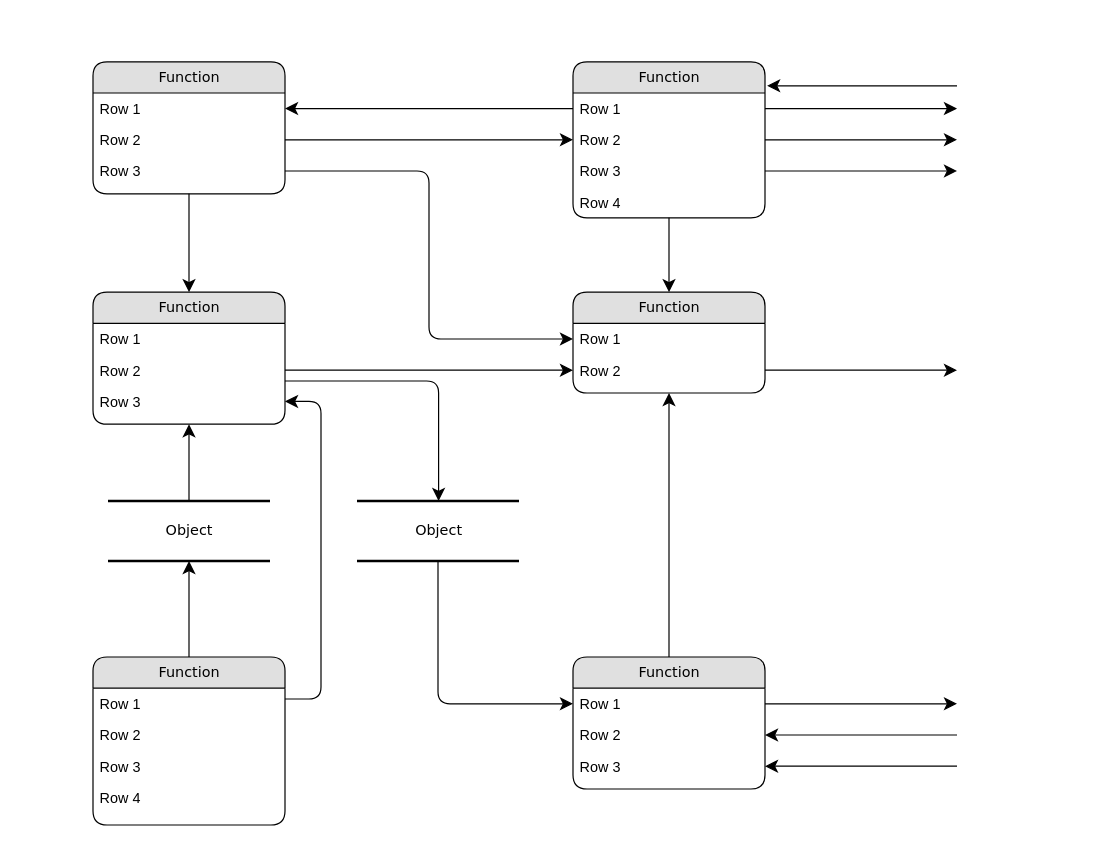
Above: tic-tac-toe.drawio in kgpolte/tic-tac-toe (draw.io), before the change. Source tidied: cells renumbered, new cells numbered last; positions are measured from the earlier drawing's top-left corner, leaving out a move shared by most shapes. Both pictures are drawn from the tidied source at 120%, with x=0, y=0 at pixel (92, 61).
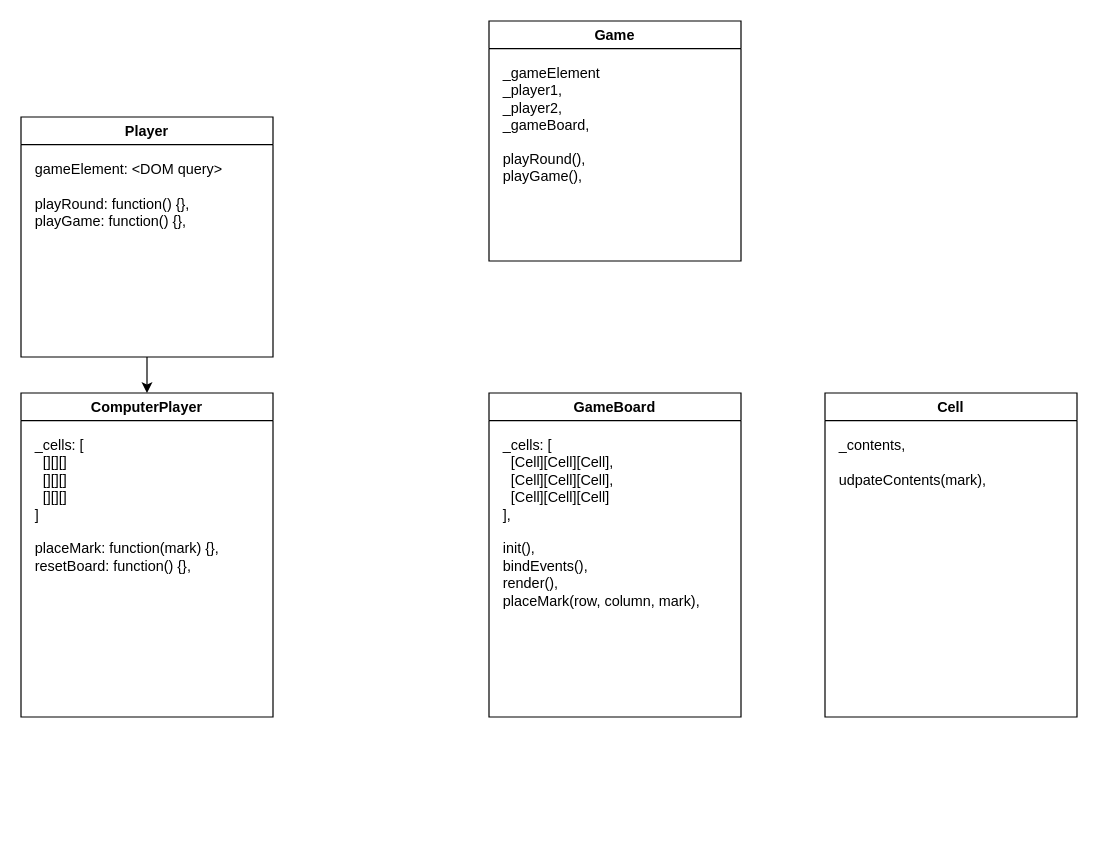
Above is the later version.

The edit, as a diff of the source:
```diff
@@
-    <mxCell id="2" value="Object" style="html=1;rounded=0;shadow=0;comic=0;labelBackgroundColor=none;strokeWidth=2;fontFamily=Verdana;fontSize=12;align=center;shape=mxgraph.ios7ui.horLines;" parent="1" vertex="1">
-      <mxGeometry x="12.5" y="366" width="135" height="50" as="geometry" />
-    </mxCell>
-    <mxCell id="3" value="Function" style="swimlane;html=1;fontStyle=0;horizontal=1;startSize=26;fillColor=#e0e0e0;swimlaneFillColor=#ffffff;align=center;rounded=1;shadow=0;comic=0;labelBackgroundColor=none;strokeWidth=1;fontFamily=Verdana;fontSize=12;" parent="1" vertex="1">
-      <mxGeometry width="160" height="110" as="geometry" />
-    </mxCell>
-    <mxCell id="4" value="Row 1" style="text;html=1;strokeColor=none;fillColor=none;spacingLeft=4;spacingRight=4;whiteSpace=wrap;overflow=hidden;points=[[0,0.5],[1,0.5]];portConstraint=eastwest;" parent="3" vertex="1">
-      <mxGeometry y="26" width="160" height="26" as="geometry" />
-    </mxCell>
-    <mxCell id="5" value="Row 2" style="text;html=1;strokeColor=none;fillColor=none;spacingLeft=4;spacingRight=4;whiteSpace=wrap;overflow=hidden;points=[[0,0.5],[1,0.5]];portConstraint=eastwest;" parent="3" vertex="1">
-      <mxGeometry y="52" width="160" height="26" as="geometry" />
-    </mxCell>
-    <mxCell id="6" value="Row 3" style="text;html=1;strokeColor=none;fillColor=none;spacingLeft=4;spacingRight=4;whiteSpace=wrap;overflow=hidden;points=[[0,0.5],[1,0.5]];portConstraint=eastwest;" parent="3" vertex="1">
-      <mxGeometry y="78" width="160" height="26" as="geometry" />
-    </mxCell>
-    <mxCell id="7" value="Function" style="swimlane;html=1;fontStyle=0;horizontal=1;startSize=26;fillColor=#e0e0e0;swimlaneFillColor=#ffffff;align=center;rounded=1;shadow=0;comic=0;labelBackgroundColor=none;strokeWidth=1;fontFamily=Verdana;fontSize=12;" parent="1" vertex="1">
-      <mxGeometry x="400" width="160" height="130" as="geometry" />
-    </mxCell>
-    <mxCell id="8" value="Row 1" style="text;html=1;strokeColor=none;fillColor=none;spacingLeft=4;spacingRight=4;whiteSpace=wrap;overflow=hidden;points=[[0,0.5],[1,0.5]];portConstraint=eastwest;" parent="7" vertex="1">
-      <mxGeometry y="26" width="160" height="26" as="geometry" />
-    </mxCell>
-    <mxCell id="9" value="Row 2" style="text;html=1;strokeColor=none;fillColor=none;spacingLeft=4;spacingRight=4;whiteSpace=wrap;overflow=hidden;points=[[0,0.5],[1,0.5]];portConstraint=eastwest;" parent="7" vertex="1">
-      <mxGeometry y="52" width="160" height="26" as="geometry" />
-    </mxCell>
-    <mxCell id="10" value="Row 3" style="text;html=1;strokeColor=none;fillColor=none;spacingLeft=4;spacingRight=4;whiteSpace=wrap;overflow=hidden;points=[[0,0.5],[1,0.5]];portConstraint=eastwest;" parent="7" vertex="1">
-      <mxGeometry y="78" width="160" height="26" as="geometry" />
-    </mxCell>
-    <mxCell id="11" value="Row 4" style="text;html=1;strokeColor=none;fillColor=none;spacingLeft=4;spacingRight=4;whiteSpace=wrap;overflow=hidden;" parent="7" vertex="1">
-      <mxGeometry y="104" width="160" height="26" as="geometry" />
-    </mxCell>
-    <mxCell id="12" value="Function" style="swimlane;html=1;fontStyle=0;horizontal=1;startSize=26;fillColor=#e0e0e0;swimlaneFillColor=#ffffff;align=center;rounded=1;shadow=0;comic=0;labelBackgroundColor=none;strokeWidth=1;fontFamily=Verdana;fontSize=12;" parent="1" vertex="1">
-      <mxGeometry y="192" width="160" height="110" as="geometry" />
-    </mxCell>
-    <mxCell id="13" value="Row 1" style="text;html=1;strokeColor=none;fillColor=none;spacingLeft=4;spacingRight=4;whiteSpace=wrap;overflow=hidden;" parent="12" vertex="1">
-      <mxGeometry y="26" width="160" height="26" as="geometry" />
-    </mxCell>
-    <mxCell id="14" value="Row 2" style="text;html=1;strokeColor=none;fillColor=none;spacingLeft=4;spacingRight=4;whiteSpace=wrap;overflow=hidden;points=[[0,0.5],[1,0.5]];portConstraint=eastwest;" parent="12" vertex="1">
-      <mxGeometry y="52" width="160" height="26" as="geometry" />
-    </mxCell>
-    <mxCell id="15" value="Row 3" style="text;html=1;strokeColor=none;fillColor=none;spacingLeft=4;spacingRight=4;whiteSpace=wrap;overflow=hidden;points=[[0,0.5],[1,0.5]];portConstraint=eastwest;" parent="12" vertex="1">
-      <mxGeometry y="78" width="160" height="26" as="geometry" />
-    </mxCell>
-    <mxCell id="16" value="Function" style="swimlane;html=1;fontStyle=0;horizontal=1;startSize=26;fillColor=#e0e0e0;swimlaneFillColor=#ffffff;align=center;rounded=1;shadow=0;comic=0;labelBackgroundColor=none;strokeWidth=1;fontFamily=Verdana;fontSize=12;" parent="1" vertex="1">
-      <mxGeometry y="496" width="160" height="140" as="geometry" />
-    </mxCell>
-    <mxCell id="17" value="Row 1" style="text;html=1;strokeColor=none;fillColor=none;spacingLeft=4;spacingRight=4;whiteSpace=wrap;overflow=hidden;" parent="16" vertex="1">
-      <mxGeometry y="26" width="160" height="26" as="geometry" />
-    </mxCell>
-    <mxCell id="18" value="Row 2" style="text;html=1;strokeColor=none;fillColor=none;spacingLeft=4;spacingRight=4;whiteSpace=wrap;overflow=hidden;" parent="16" vertex="1">
-      <mxGeometry y="52" width="160" height="26" as="geometry" />
-    </mxCell>
-    <mxCell id="19" value="Row 3" style="text;html=1;strokeColor=none;fillColor=none;spacingLeft=4;spacingRight=4;whiteSpace=wrap;overflow=hidden;" parent="16" vertex="1">
-      <mxGeometry y="78" width="160" height="26" as="geometry" />
-    </mxCell>
-    <mxCell id="20" value="Row 4" style="text;html=1;strokeColor=none;fillColor=none;spacingLeft=4;spacingRight=4;whiteSpace=wrap;overflow=hidden;" parent="16" vertex="1">
-      <mxGeometry y="104" width="160" height="26" as="geometry" />
-    </mxCell>
-    <mxCell id="21" value="Function" style="swimlane;html=1;fontStyle=0;horizontal=1;startSize=26;fillColor=#e0e0e0;swimlaneFillColor=#ffffff;align=center;rounded=1;shadow=0;comic=0;labelBackgroundColor=none;strokeWidth=1;fontFamily=Verdana;fontSize=12;" parent="1" vertex="1">
-      <mxGeometry x="400" y="192" width="160" height="84" as="geometry" />
-    </mxCell>
-    <mxCell id="22" value="Row 1" style="text;html=1;strokeColor=none;fillColor=none;spacingLeft=4;spacingRight=4;whiteSpace=wrap;overflow=hidden;points=[[0,0.5],[1,0.5]];portConstraint=eastwest;" parent="21" vertex="1">
-      <mxGeometry y="26" width="160" height="26" as="geometry" />
-    </mxCell>
-    <mxCell id="23" value="Row 2" style="text;html=1;strokeColor=none;fillColor=none;spacingLeft=4;spacingRight=4;whiteSpace=wrap;overflow=hidden;points=[[0,0.5],[1,0.5]];portConstraint=eastwest;" parent="21" vertex="1">
-      <mxGeometry y="52" width="160" height="26" as="geometry" />
-    </mxCell>
-    <mxCell id="24" value="Function" style="swimlane;html=1;fontStyle=0;horizontal=1;startSize=26;fillColor=#e0e0e0;swimlaneFillColor=#ffffff;align=center;rounded=1;shadow=0;comic=0;labelBackgroundColor=none;strokeWidth=1;fontFamily=Verdana;fontSize=12;" parent="1" vertex="1">
-      <mxGeometry x="400" y="496" width="160" height="110" as="geometry" />
-    </mxCell>
-    <mxCell id="25" value="Row 1" style="text;html=1;strokeColor=none;fillColor=none;spacingLeft=4;spacingRight=4;whiteSpace=wrap;overflow=hidden;points=[[0,0.5],[1,0.5]];portConstraint=eastwest;" parent="24" vertex="1">
-      <mxGeometry y="26" width="160" height="26" as="geometry" />
-    </mxCell>
-    <mxCell id="26" value="Row 2" style="text;html=1;strokeColor=none;fillColor=none;spacingLeft=4;spacingRight=4;whiteSpace=wrap;overflow=hidden;points=[[0,0.5],[1,0.5]];portConstraint=eastwest;" parent="24" vertex="1">
-      <mxGeometry y="52" width="160" height="26" as="geometry" />
-    </mxCell>
-    <mxCell id="27" value="Row 3" style="text;html=1;strokeColor=none;fillColor=none;spacingLeft=4;spacingRight=4;whiteSpace=wrap;overflow=hidden;points=[[0,0.5],[1,0.5]];portConstraint=eastwest;" parent="24" vertex="1">
-      <mxGeometry y="78" width="160" height="26" as="geometry" />
-    </mxCell>
-    <mxCell id="28" value="Object" style="html=1;rounded=0;shadow=0;comic=0;labelBackgroundColor=none;strokeWidth=2;fontFamily=Verdana;fontSize=12;align=center;shape=mxgraph.ios7ui.horLines;" parent="1" vertex="1">
-      <mxGeometry x="220" y="366" width="135" height="50" as="geometry" />
-    </mxCell>
-    <mxCell id="29" style="edgeStyle=none;html=1;labelBackgroundColor=none;startFill=0;startSize=8;endFill=1;endSize=8;fontFamily=Verdana;fontSize=12;" parent="1" edge="1" source="16" target="2">
-      <mxGeometry relative="1" as="geometry" />
-    </mxCell>
-    <mxCell id="30" style="edgeStyle=none;html=1;labelBackgroundColor=none;startFill=0;startSize=8;endFill=1;endSize=8;fontFamily=Verdana;fontSize=12;" parent="1" edge="1" source="2" target="12">
-      <mxGeometry relative="1" as="geometry" />
-    </mxCell>
-    <mxCell id="31" style="edgeStyle=orthogonalEdgeStyle;html=1;labelBackgroundColor=none;startFill=0;startSize=8;endFill=1;endSize=8;fontFamily=Verdana;fontSize=12;exitX=1;exitY=0.25;entryX=1;entryY=0.5;" parent="1" edge="1" source="16" target="15">
-      <mxGeometry relative="1" as="geometry">
-        <Array as="points">
-          <mxPoint x="190" y="531" />
-          <mxPoint x="190" y="283" />
-        </Array>
-      </mxGeometry>
-    </mxCell>
-    <mxCell id="32" style="edgeStyle=orthogonalEdgeStyle;html=1;labelBackgroundColor=none;startFill=0;startSize=8;endFill=1;endSize=8;fontFamily=Verdana;fontSize=12;" parent="1" edge="1" source="28" target="25">
-      <mxGeometry x="-0.13" y="32" relative="1" as="geometry" />
-    </mxCell>
-    <mxCell id="33" style="edgeStyle=orthogonalEdgeStyle;html=1;labelBackgroundColor=none;startFill=0;startSize=8;endFill=1;endSize=8;fontFamily=Verdana;fontSize=12;" parent="1" edge="1" source="12" target="28">
-      <mxGeometry relative="1" as="geometry">
-        <Array as="points">
-          <mxPoint x="288" y="266" />
-        </Array>
-      </mxGeometry>
-    </mxCell>
-    <mxCell id="34" style="edgeStyle=orthogonalEdgeStyle;html=1;labelBackgroundColor=none;startFill=0;startSize=8;endFill=1;endSize=8;fontFamily=Verdana;fontSize=12;" parent="1" edge="1" source="3" target="12">
-      <mxGeometry relative="1" as="geometry" />
-    </mxCell>
-    <mxCell id="35" style="edgeStyle=orthogonalEdgeStyle;html=1;labelBackgroundColor=none;startFill=0;startSize=8;endFill=1;endSize=8;fontFamily=Verdana;fontSize=12;" parent="1" edge="1" source="24" target="21">
-      <mxGeometry relative="1" as="geometry" />
-    </mxCell>
-    <mxCell id="36" style="edgeStyle=orthogonalEdgeStyle;html=1;labelBackgroundColor=none;startFill=0;startSize=8;endFill=1;endSize=8;fontFamily=Verdana;fontSize=12;" parent="1" edge="1" source="7" target="21">
-      <mxGeometry relative="1" as="geometry" />
-    </mxCell>
-    <mxCell id="37" style="edgeStyle=orthogonalEdgeStyle;html=1;entryX=0;entryY=0.5;labelBackgroundColor=none;startFill=0;startSize=8;endFill=1;endSize=8;fontFamily=Verdana;fontSize=12;exitX=1;exitY=0.5;" parent="1" edge="1" source="5" target="9">
-      <mxGeometry relative="1" as="geometry" />
-    </mxCell>
-    <mxCell id="38" style="edgeStyle=orthogonalEdgeStyle;html=1;exitX=0;exitY=0.5;entryX=1;entryY=0.5;labelBackgroundColor=none;startFill=0;startSize=8;endFill=1;endSize=8;fontFamily=Verdana;fontSize=12;" parent="1" edge="1" source="8" target="4">
-      <mxGeometry relative="1" as="geometry" />
-    </mxCell>
-    <mxCell id="39" style="edgeStyle=orthogonalEdgeStyle;html=1;exitX=1;exitY=0.5;entryX=0;entryY=0.5;labelBackgroundColor=none;startFill=0;startSize=8;endFill=1;endSize=8;fontFamily=Verdana;fontSize=12;" parent="1" edge="1" source="6" target="22">
-      <mxGeometry relative="1" as="geometry" />
-    </mxCell>
-    <mxCell id="40" style="edgeStyle=orthogonalEdgeStyle;html=1;exitX=1;exitY=0.5;entryX=0;entryY=0.5;labelBackgroundColor=none;startFill=0;startSize=8;endFill=1;endSize=8;fontFamily=Verdana;fontSize=12;" parent="1" edge="1" source="14" target="23">
-      <mxGeometry relative="1" as="geometry" />
-    </mxCell>
-    <mxCell id="41" style="edgeStyle=orthogonalEdgeStyle;html=1;labelBackgroundColor=none;startFill=0;startSize=8;endFill=1;endSize=8;fontFamily=Verdana;fontSize=12;" parent="1" edge="1" source="23">
-      <mxGeometry relative="1" as="geometry">
-        <mxPoint x="720" y="257" as="targetPoint" />
-      </mxGeometry>
-    </mxCell>
-    <mxCell id="42" style="edgeStyle=orthogonalEdgeStyle;html=1;exitX=1;exitY=0.5;labelBackgroundColor=none;startFill=0;startSize=8;endFill=1;endSize=8;fontFamily=Verdana;fontSize=12;" parent="1" edge="1" source="25">
-      <mxGeometry relative="1" as="geometry">
-        <mxPoint x="720" y="535" as="targetPoint" />
-      </mxGeometry>
-    </mxCell>
-    <mxCell id="43" style="edgeStyle=orthogonalEdgeStyle;html=1;labelBackgroundColor=none;startFill=0;startSize=8;endFill=1;endSize=8;fontFamily=Verdana;fontSize=12;entryX=1;entryY=0.5;" parent="1" edge="1" target="26">
-      <mxGeometry relative="1" as="geometry">
-        <mxPoint x="720" y="561" as="sourcePoint" />
-        <Array as="points">
-          <mxPoint x="720" y="561" />
-        </Array>
-      </mxGeometry>
-    </mxCell>
-    <mxCell id="44" style="edgeStyle=orthogonalEdgeStyle;html=1;labelBackgroundColor=none;startFill=0;startSize=8;endFill=1;endSize=8;fontFamily=Verdana;fontSize=12;entryX=1;entryY=0.5;" parent="1" edge="1" target="27">
-      <mxGeometry relative="1" as="geometry">
-        <mxPoint x="720" y="587" as="sourcePoint" />
-        <Array as="points">
-          <mxPoint x="640" y="587" />
-          <mxPoint x="640" y="587" />
-        </Array>
-      </mxGeometry>
-    </mxCell>
-    <mxCell id="45" style="edgeStyle=orthogonalEdgeStyle;html=1;exitX=1;exitY=0.5;labelBackgroundColor=none;startFill=0;startSize=8;endFill=1;endSize=8;fontFamily=Verdana;fontSize=12;" parent="1" edge="1" source="8">
-      <mxGeometry relative="1" as="geometry">
-        <mxPoint x="720" y="39" as="targetPoint" />
-      </mxGeometry>
-    </mxCell>
-    <mxCell id="46" style="edgeStyle=orthogonalEdgeStyle;html=1;exitX=1;exitY=0.5;labelBackgroundColor=none;startFill=0;startSize=8;endFill=1;endSize=8;fontFamily=Verdana;fontSize=12;" parent="1" edge="1" source="9">
-      <mxGeometry relative="1" as="geometry">
-        <mxPoint x="720" y="65" as="targetPoint" />
-      </mxGeometry>
-    </mxCell>
-    <mxCell id="47" style="edgeStyle=orthogonalEdgeStyle;html=1;exitX=1;exitY=0.5;labelBackgroundColor=none;startFill=0;startSize=8;endFill=1;endSize=8;fontFamily=Verdana;fontSize=12;" parent="1" edge="1" source="10">
-      <mxGeometry relative="1" as="geometry">
-        <mxPoint x="720" y="91" as="targetPoint" />
-      </mxGeometry>
-    </mxCell>
-    <mxCell id="48" style="edgeStyle=elbowEdgeStyle;html=1;labelBackgroundColor=none;startFill=0;startSize=8;endFill=1;endSize=8;fontFamily=Verdana;fontSize=12;elbow=vertical;entryX=1.011;entryY=0.152;entryPerimeter=0;" parent="1" edge="1" target="7">
-      <mxGeometry relative="1" as="geometry">
-        <mxPoint x="720" y="20" as="sourcePoint" />
-        <Array as="points">
-          <mxPoint x="650" y="20" />
-        </Array>
-      </mxGeometry>
-    </mxCell>
+    <mxCell id="49" value="Game" style="swimlane;whiteSpace=wrap;html=1;" parent="1" vertex="1">
+      <mxGeometry x="330" y="-34" width="210" height="200" as="geometry" />
+    </mxCell>
+    <mxCell id="50" value="_gameElement&lt;br&gt;_player1,&lt;br&gt;_player2,&lt;br&gt;_gameBoard,&lt;br&gt;&lt;br&gt;playRound(),&lt;br&gt;playGame()," style="text;html=1;strokeColor=none;fillColor=none;align=left;verticalAlign=top;whiteSpace=wrap;rounded=0;" parent="49" vertex="1">
+      <mxGeometry x="10" y="30" width="190" height="160" as="geometry" />
+    </mxCell>
+    <mxCell id="51" value="GameBoard" style="swimlane;whiteSpace=wrap;html=1;" parent="1" vertex="1">
+      <mxGeometry x="330" y="276" width="210" height="270" as="geometry" />
+    </mxCell>
+    <mxCell id="52" value="_cells: [&lt;br&gt;&lt;span style=&quot;background-color: initial;&quot;&gt;&amp;nbsp; [Cell][&lt;/span&gt;Cell][Cell],&lt;br&gt;&amp;nbsp;&amp;nbsp;&lt;span style=&quot;border-color: var(--border-color); background-color: initial;&quot;&gt;[Cell][&lt;/span&gt;Cell][Cell&lt;span style=&quot;border-color: var(--border-color); background-color: initial;&quot;&gt;],&lt;br&gt;&lt;/span&gt;&amp;nbsp;&amp;nbsp;&lt;span style=&quot;border-color: var(--border-color); background-color: initial;&quot;&gt;[Cell][&lt;/span&gt;Cell][Cell&lt;span style=&quot;border-color: var(--border-color); background-color: initial;&quot;&gt;]&lt;/span&gt;&lt;span style=&quot;background-color: initial;&quot;&gt;&lt;br&gt;&lt;/span&gt;&lt;div style=&quot;&quot;&gt;&lt;span style=&quot;background-color: initial;&quot;&gt;],&lt;/span&gt;&lt;/div&gt;&lt;div style=&quot;&quot;&gt;&lt;span style=&quot;background-color: initial;&quot;&gt;&lt;br&gt;&lt;/span&gt;&lt;/div&gt;&lt;div style=&quot;&quot;&gt;&lt;span style=&quot;background-color: initial;&quot;&gt;init(),&lt;/span&gt;&lt;/div&gt;&lt;div style=&quot;&quot;&gt;&lt;span style=&quot;background-color: initial;&quot;&gt;bindEvents(),&lt;/span&gt;&lt;/div&gt;&lt;div style=&quot;&quot;&gt;&lt;span style=&quot;background-color: initial;&quot;&gt;render(),&lt;/span&gt;&lt;/div&gt;&lt;div style=&quot;&quot;&gt;&lt;span style=&quot;background-color: initial;&quot;&gt;placeMark(row, column, mark),&lt;/span&gt;&lt;/div&gt;" style="text;html=1;strokeColor=none;fillColor=none;align=left;verticalAlign=top;whiteSpace=wrap;rounded=0;" parent="51" vertex="1">
+      <mxGeometry x="10" y="30" width="190" height="230" as="geometry" />
+    </mxCell>
+    <mxCell id="53" style="edgeStyle=orthogonalEdgeStyle;rounded=0;jettySize=auto;html=1;exitX=0.5;exitY=1;exitDx=0;exitDy=0;entryX=0.5;entryY=0;entryDx=0;entryDy=0;" parent="1" edge="1" source="54" target="56">
+      <mxGeometry relative="1" as="geometry" />
+    </mxCell>
+    <mxCell id="54" value="Player" style="swimlane;whiteSpace=wrap;html=1;" parent="1" vertex="1">
+      <mxGeometry x="-60" y="46" width="210" height="200" as="geometry" />
+    </mxCell>
+    <mxCell id="55" value="gameElement: &amp;lt;DOM query&amp;gt;&lt;br&gt;&lt;br&gt;playRound: function() {},&lt;br&gt;playGame: function() {}," style="text;html=1;strokeColor=none;fillColor=none;align=left;verticalAlign=top;whiteSpace=wrap;rounded=0;" parent="54" vertex="1">
+      <mxGeometry x="10" y="30" width="190" height="160" as="geometry" />
+    </mxCell>
+    <mxCell id="56" value="ComputerPlayer" style="swimlane;whiteSpace=wrap;html=1;" parent="1" vertex="1">
+      <mxGeometry x="-60" y="276" width="210" height="270" as="geometry" />
+    </mxCell>
+    <mxCell id="57" value="_cells: [&lt;br&gt;&lt;div style=&quot;&quot;&gt;&lt;span style=&quot;background-color: initial;&quot;&gt;&amp;nbsp; [][][]&lt;/span&gt;&lt;/div&gt;&lt;div style=&quot;&quot;&gt;&amp;nbsp; [][][]&lt;/div&gt;&lt;div style=&quot;&quot;&gt;&amp;nbsp; [][][]&lt;/div&gt;&lt;div style=&quot;&quot;&gt;&lt;span style=&quot;background-color: initial;&quot;&gt;]&lt;/span&gt;&lt;/div&gt;&lt;div style=&quot;&quot;&gt;&lt;span style=&quot;background-color: initial;&quot;&gt;&lt;br&gt;&lt;/span&gt;&lt;/div&gt;&lt;div style=&quot;&quot;&gt;&lt;span style=&quot;background-color: initial;&quot;&gt;placeMark: function(mark) {},&lt;/span&gt;&lt;/div&gt;&lt;div style=&quot;&quot;&gt;resetBoard: function() {},&lt;/div&gt;" style="text;html=1;strokeColor=none;fillColor=none;align=left;verticalAlign=top;whiteSpace=wrap;rounded=0;" parent="56" vertex="1">
+      <mxGeometry x="10" y="30" width="190" height="230" as="geometry" />
+    </mxCell>
+    <mxCell id="58" value="Cell" style="swimlane;whiteSpace=wrap;html=1;" parent="1" vertex="1">
+      <mxGeometry x="610" y="276" width="210" height="270" as="geometry" />
+    </mxCell>
+    <mxCell id="59" value="_contents,&lt;br&gt;&lt;br&gt;udpateContents(mark)," style="text;html=1;strokeColor=none;fillColor=none;align=left;verticalAlign=top;whiteSpace=wrap;rounded=0;" parent="58" vertex="1">
+      <mxGeometry x="10" y="30" width="190" height="230" as="geometry" />
+    </mxCell>
```
